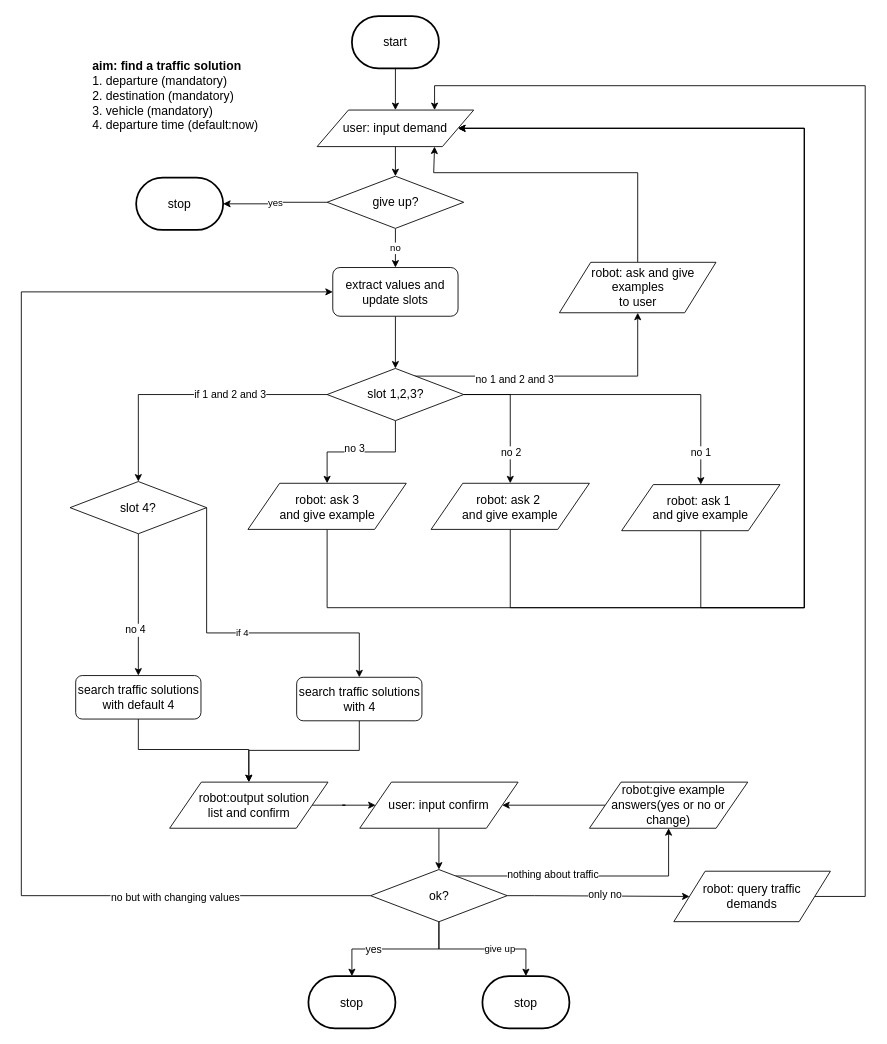
Earlier version of the draw.io diagram flow_diagram/traffic_consult.drawio (ricosr/travel_consult_chatbot). Source tidied: cells renumbered, new cells numbered last; positions are measured from the earlier drawing's top-left corner, leaving out a move shared by most shapes. Both pictures are drawn from the tidied source at 87%, with x=0, y=0 at pixel (21, 16).
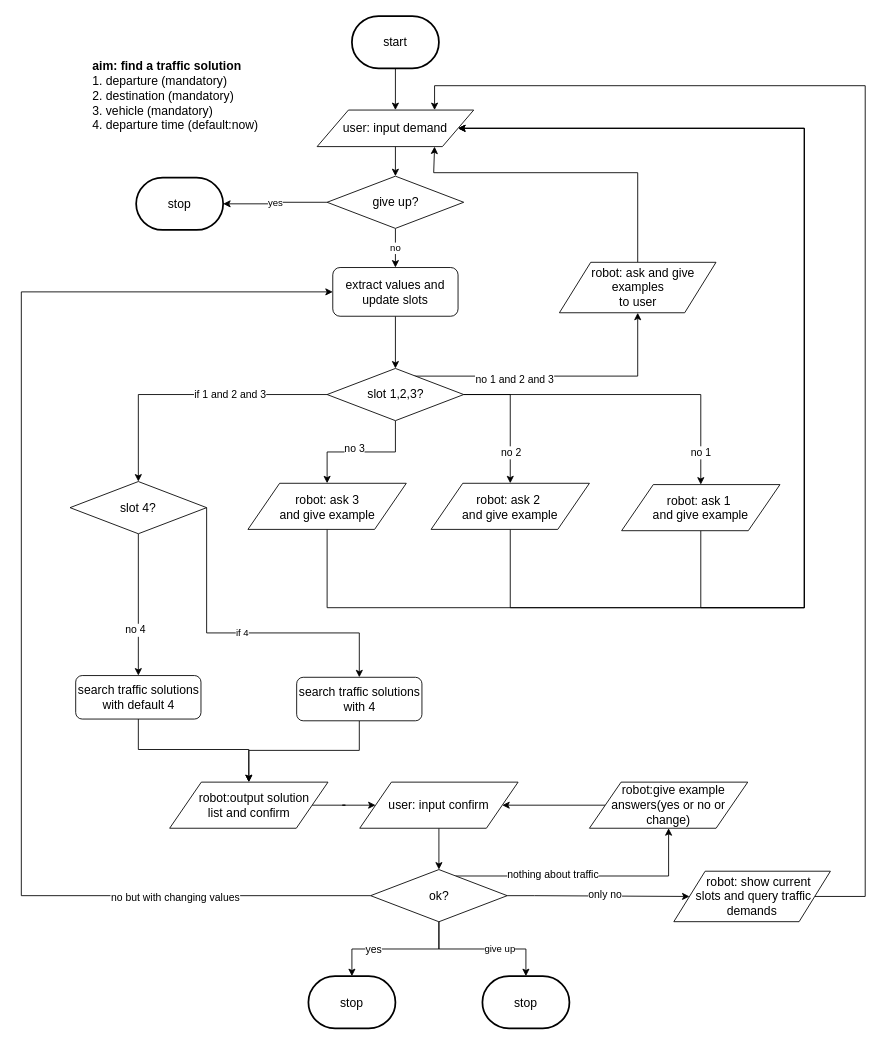
After the change.

What changed in the source:
```diff
@@
-    <mxCell id="38" value="&lt;span style=&quot;font-size: 14px ; white-space: normal&quot;&gt;robot: query traffic &lt;br&gt;demands&lt;/span&gt;" style="shape=parallelogram;perimeter=parallelogramPerimeter;whiteSpace=wrap;html=1;" parent="1" vertex="1">
+    <mxCell id="38" value="&lt;span style=&quot;font-size: 14px&quot;&gt;&amp;nbsp; &amp;nbsp; robot: show current&lt;br&gt;&amp;nbsp;&lt;/span&gt;&lt;span style=&quot;font-size: 14px&quot;&gt;slots and&amp;nbsp;&lt;/span&gt;&lt;span style=&quot;font-size: 14px ; white-space: normal&quot;&gt;query traffic &lt;br&gt;demands&lt;/span&gt;" style="shape=parallelogram;perimeter=parallelogramPerimeter;whiteSpace=wrap;html=1;" parent="1" vertex="1">
       <mxGeometry x="750" y="982.9" width="180" height="58" as="geometry" />
     </mxCell>
```
